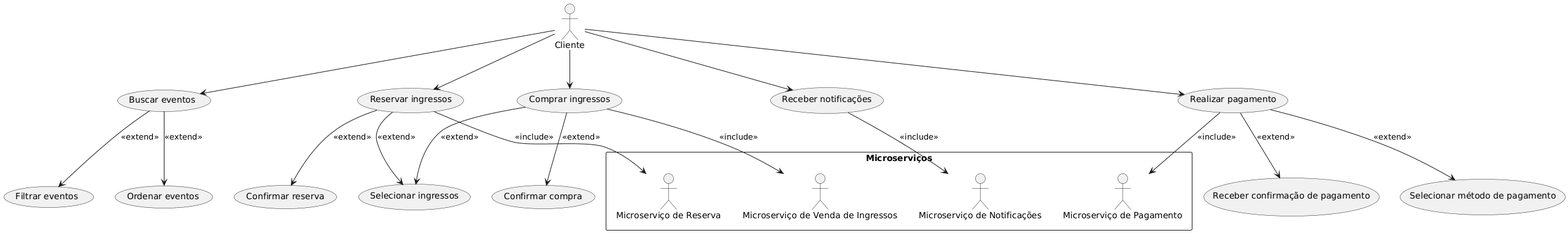
Earlier version of the PlantUML export docs/use_cases/client_use_case_diagram.png (Sistemas-Distribuidos-UFG-2024-2/TicketSafe).
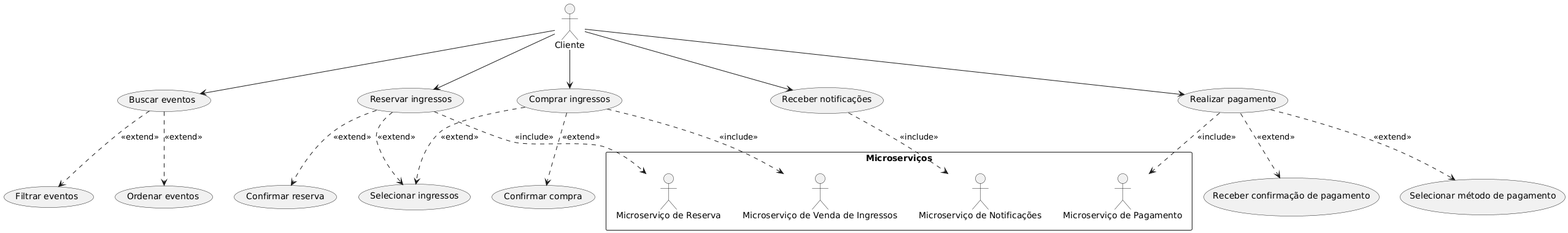
After the change.

What changed in the source:
```diff
@@ -10,20 +10,20 @@
 
 Client --> (Buscar eventos)
 Client --> (Reservar ingressos)
-(Reservar ingressos) --> ReservationMicroservice : <<include>>
+(Reservar ingressos) ..> ReservationMicroservice : <<include>>
 Client --> (Realizar pagamento)
-(Realizar pagamento) --> PaymentMicroservice : <<include>>
+(Realizar pagamento) ..> PaymentMicroservice : <<include>>
 Client --> (Receber notificações)
-(Receber notificações) --> NotificationMicroservice : <<include>>
+(Receber notificações) ..> NotificationMicroservice : <<include>>
 Client --> (Comprar ingressos)
-(Comprar ingressos) --> TicketSalesMicroservice : <<include>>
+(Comprar ingressos) ..> TicketSalesMicroservice : <<include>>
 
-(Buscar eventos) --> (Filtrar eventos) : <<extend>>
-(Buscar eventos) --> (Ordenar eventos) : <<extend>>
-(Reservar ingressos) --> (Selecionar ingressos) : <<extend>>
-(Reservar ingressos) --> (Confirmar reserva) : <<extend>>
-(Realizar pagamento) --> (Selecionar método de pagamento) : <<extend>>
-(Realizar pagamento) --> (Receber confirmação de pagamento) : <<extend>>
-(Comprar ingressos) --> (Selecionar ingressos) : <<extend>>
-(Comprar ingressos) --> (Confirmar compra) : <<extend>>
+(Buscar eventos) ..> (Filtrar eventos) : <<extend>>
+(Buscar eventos) ..> (Ordenar eventos) : <<extend>>
+(Reservar ingressos) ..> (Selecionar ingressos) : <<extend>>
+(Reservar ingressos) ..> (Confirmar reserva) : <<extend>>
+(Realizar pagamento) ..> (Selecionar método de pagamento) : <<extend>>
+(Realizar pagamento) ..> (Receber confirmação de pagamento) : <<extend>>
+(Comprar ingressos) ..> (Selecionar ingressos) : <<extend>>
+(Comprar ingressos) ..> (Confirmar compra) : <<extend>>
 @enduml
```
